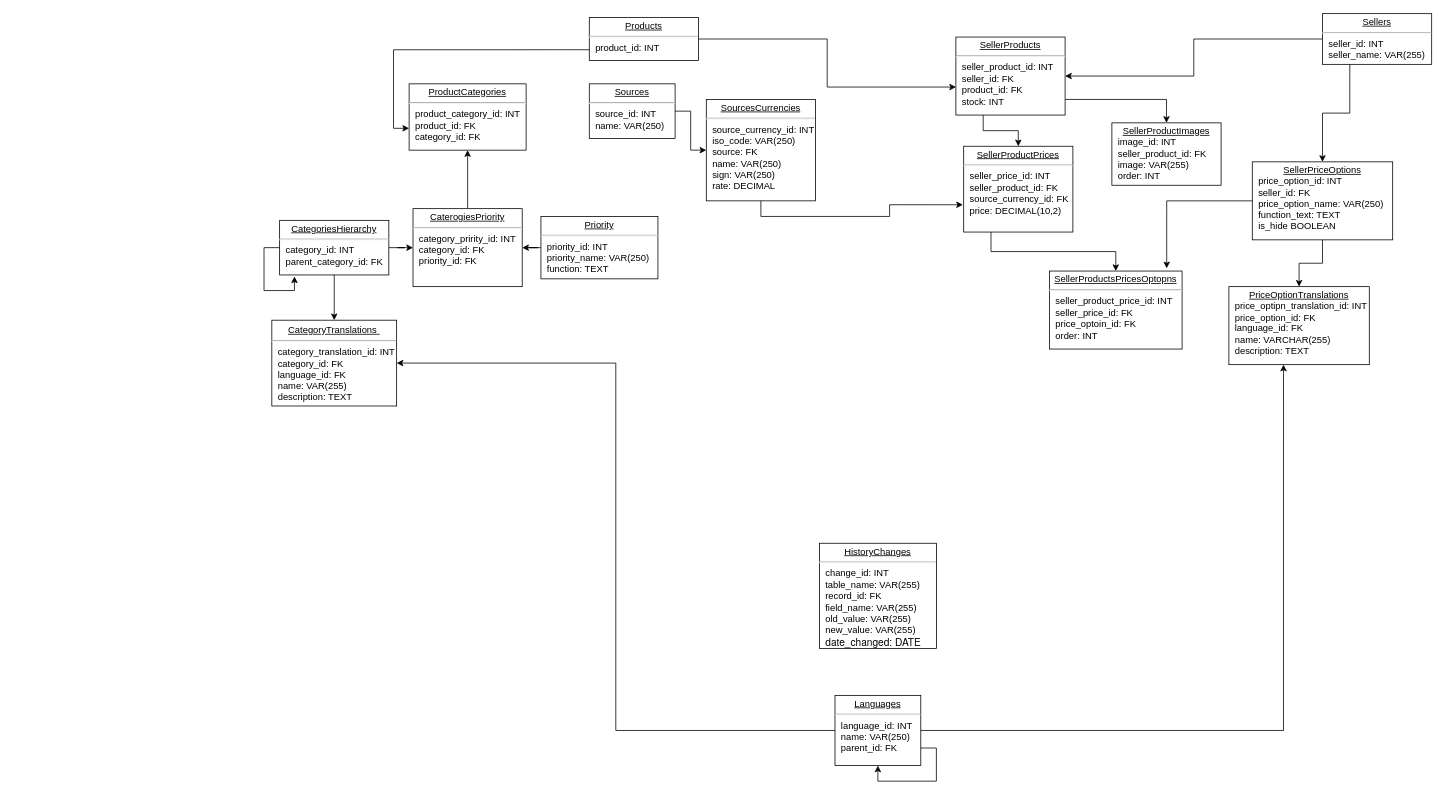
vinter-man/db_draw_io keeps this draw.io diagram as db.drawio. Above is the earlier version. Source tidied: cells renumbered, new cells numbered last; positions are measured from the earlier drawing's top-left corner, leaving out a move shared by most shapes. Both pictures are drawn from the tidied source at 78%, with x=0, y=0 at pixel (271, 13).
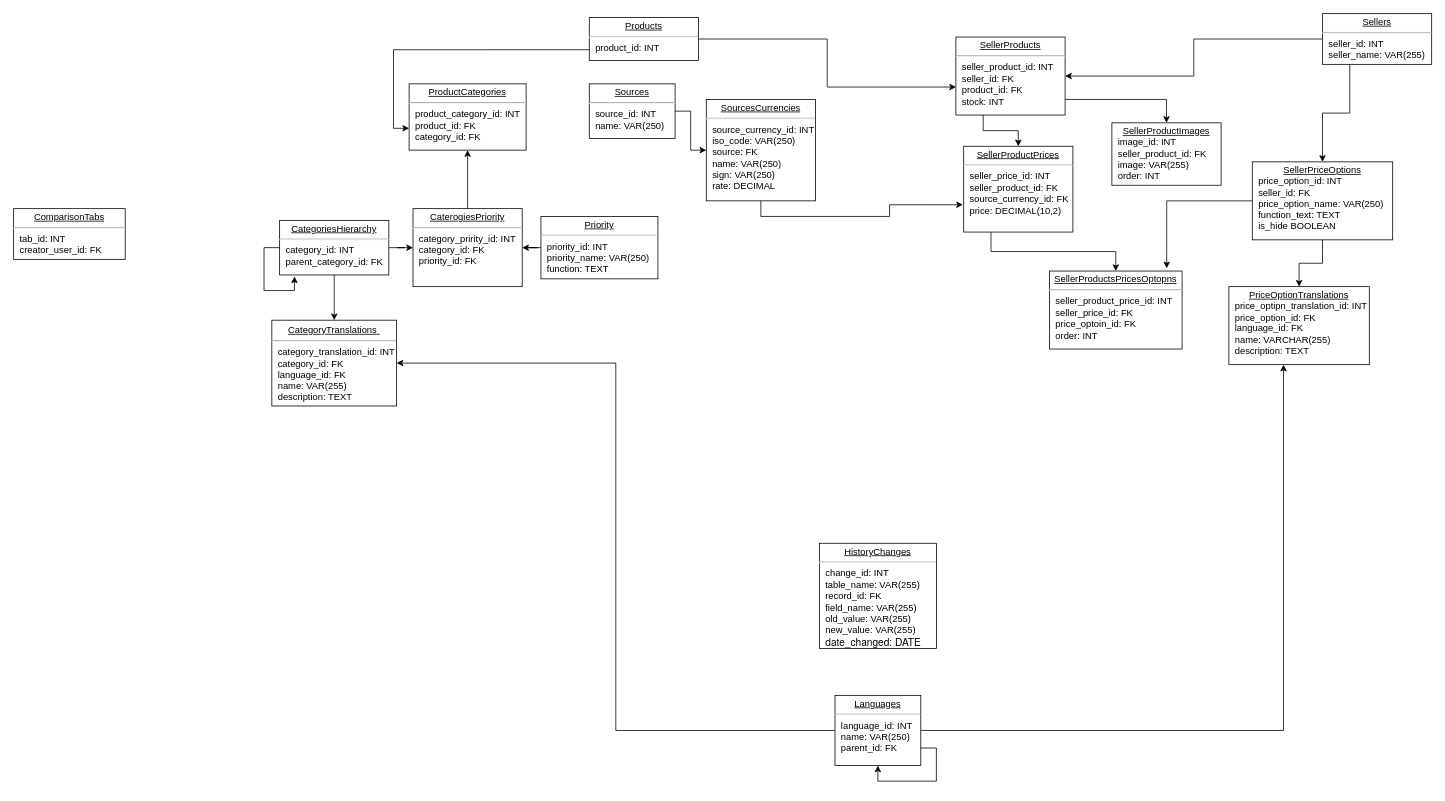
The same diagram, later.

Commit message:
add new compareTab table

Diff of the diagram source:
```diff
@@
+    <mxCell id="38" value="&lt;p style=&quot;margin: 0px ; margin-top: 4px ; text-align: center ; text-decoration: underline&quot;&gt;ComparisonTabs&lt;/p&gt;&lt;hr&gt;&lt;p style=&quot;margin: 0px ; margin-left: 8px&quot;&gt;tab_id: INT&lt;/p&gt;&lt;p style=&quot;margin: 0px ; margin-left: 8px&quot;&gt;creator_user_id: FK&lt;/p&gt;&lt;p style=&quot;margin: 0px ; margin-left: 8px&quot;&gt;&lt;br&gt;&lt;/p&gt;&lt;p style=&quot;margin: 0px ; margin-left: 8px&quot;&gt;&lt;br&gt;&lt;/p&gt;" style="verticalAlign=top;align=left;overflow=fill;fontSize=12;fontFamily=Helvetica;html=1;rounded=0;shadow=0;comic=0;labelBackgroundColor=none;strokeWidth=1;" parent="1" vertex="1">
+      <mxGeometry x="-331" y="250" width="143" height="65" as="geometry" />
+    </mxCell>
```
